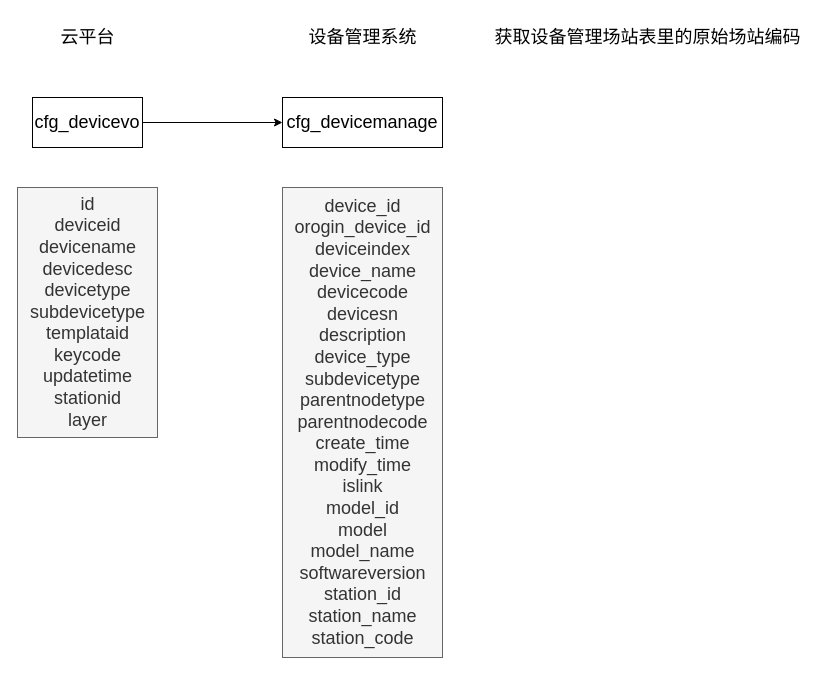
Above: 2022.11/云平台设备转换.drawio in MxdGff/ImageStorge (draw.io), before the change. Source tidied: cells renumbered, new cells numbered last; positions are measured from the earlier drawing's top-left corner, leaving out a move shared by most shapes. Both pictures are drawn from the tidied source at 100%, with x=0, y=0 at pixel (17, 17).
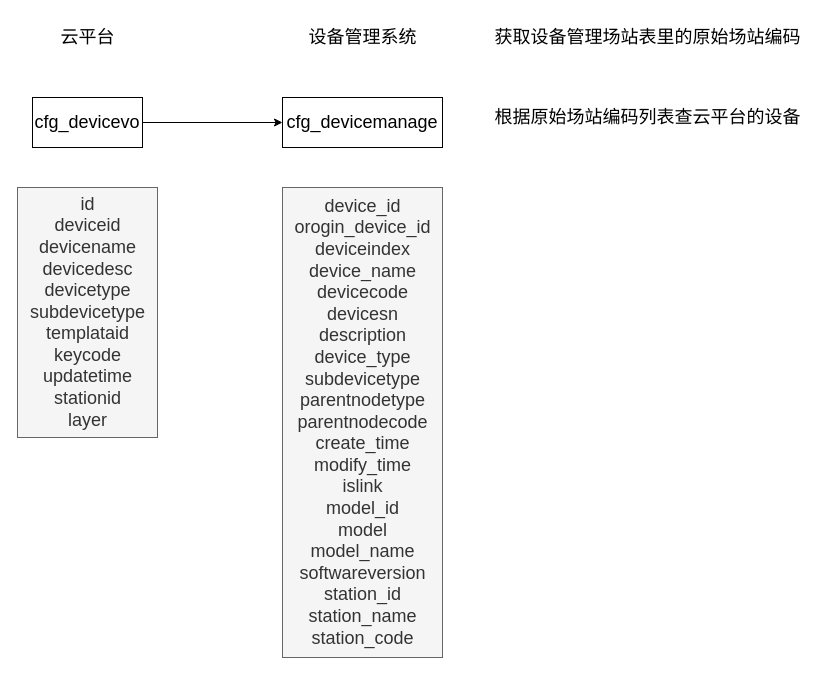
The same page after the edit.

Commit message:
更新云平台设备转换.drawio

The edit, as a diff of the source:
```diff
@@
 <mxGraphModel>
   <root>
     <mxCell id="0" />
     <mxCell id="1" parent="0" />
     <mxCell id="2" style="edgeStyle=orthogonalEdgeStyle;rounded=0;jettySize=auto;html=1;exitX=1;exitY=0.5;exitDx=0;exitDy=0;entryX=0;entryY=0.5;entryDx=0;entryDy=0;fontSize=18;" parent="1" edge="1" source="3" target="5">
       <mxGeometry relative="1" as="geometry" />
     </mxCell>
     <mxCell id="3" value="&lt;font style=&quot;font-size: 18px;&quot;&gt;cfg_devicevo&lt;/font&gt;" style="rounded=0;whiteSpace=wrap;html=1;" parent="1" vertex="1">
       <mxGeometry x="15" y="80" width="110" height="50" as="geometry" />
     </mxCell>
     <mxCell id="4" value="云平台" style="text;html=1;align=center;verticalAlign=middle;strokeColor=none;fillColor=none;fontSize=18;" parent="1" vertex="1">
       <mxGeometry x="30" width="80" height="40" as="geometry" />
     </mxCell>
     <mxCell id="5" value="&lt;font style=&quot;font-size: 18px;&quot;&gt;cfg_devicemanage&lt;/font&gt;" style="rounded=0;whiteSpace=wrap;html=1;" parent="1" vertex="1">
       <mxGeometry x="265" y="80" width="160" height="50" as="geometry" />
     </mxCell>
     <mxCell id="6" value="设备管理系统" style="text;html=1;align=center;verticalAlign=middle;strokeColor=none;fillColor=none;fontSize=18;" parent="1" vertex="1">
       <mxGeometry x="280" width="130" height="40" as="geometry" />
     </mxCell>
     <mxCell id="7" value="id&lt;br&gt;deviceid&lt;br&gt;devicename&lt;br&gt;devicedesc&lt;br&gt;devicetype&lt;br&gt;subdevicetype&lt;br&gt;templataid&lt;br&gt;keycode&lt;br&gt;updatetime&lt;br&gt;stationid&lt;br&gt;layer" style="text;html=1;align=center;verticalAlign=middle;strokeColor=#666666;fillColor=#f5f5f5;fontSize=18;fontColor=#333333;" parent="1" vertex="1">
       <mxGeometry y="170" width="140" height="250" as="geometry" />
     </mxCell>
     <mxCell id="8" value="device_id&lt;br&gt;orogin_device_id&lt;br&gt;deviceindex&lt;br&gt;device_name&lt;br&gt;devicecode&lt;br&gt;devicesn&lt;br&gt;description&lt;br&gt;device_type&lt;br&gt;subdevicetype&lt;br&gt;parentnodetype&lt;br&gt;parentnodecode&lt;br&gt;create_time&lt;br&gt;modify_time&lt;br&gt;islink&lt;br&gt;model_id&lt;br&gt;model&lt;br&gt;model_name&lt;br&gt;softwareversion&lt;br&gt;station_id&lt;br&gt;station_name&lt;br&gt;station_code" style="text;html=1;align=center;verticalAlign=middle;strokeColor=#666666;fillColor=#f5f5f5;fontSize=18;fontColor=#333333;" parent="1" vertex="1">
       <mxGeometry x="265" y="170" width="160" height="470" as="geometry" />
     </mxCell>
     <mxCell id="9" value="获取设备管理场站表里的原始场站编码" style="text;html=1;align=center;verticalAlign=middle;strokeColor=none;fillColor=none;fontSize=18;" parent="1" vertex="1">
       <mxGeometry x="465" width="330" height="40" as="geometry" />
     </mxCell>
+    <mxCell id="10" value="&lt;font style=&quot;font-size: 18px;&quot;&gt;根据原始场站编码列表查云平台的设备&lt;/font&gt;" style="text;html=1;align=center;verticalAlign=middle;strokeColor=none;fillColor=none;" parent="1" vertex="1">
+      <mxGeometry x="465" y="80" width="330" height="40" as="geometry" />
+    </mxCell>
   </root>
 </mxGraphModel>
```
